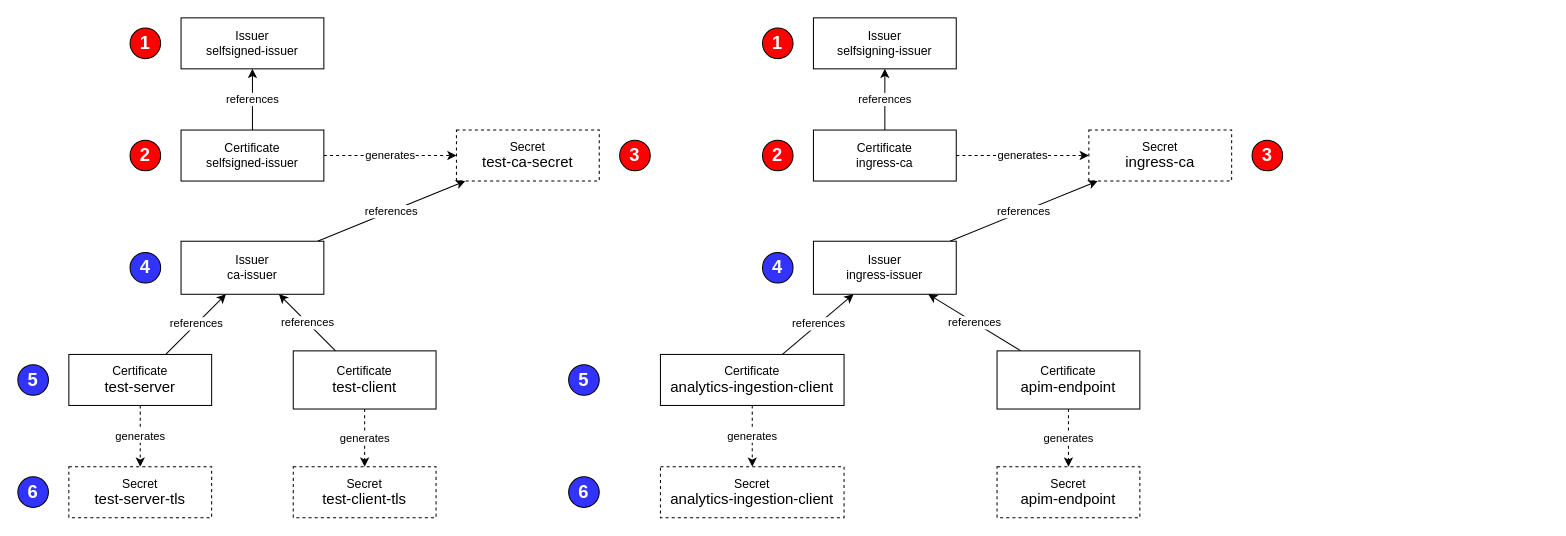
Earlier version of the draw.io diagram page "TLS" (6 of 16) of doc/design.drawio (ADesprets/cp4i-install). Source tidied: cells renumbered, new cells numbered last; positions are measured from the earlier drawing's top-left corner, leaving out a move shared by most shapes. Both pictures are drawn from the tidied source at 102%, with x=0, y=0 at pixel (17, 17).
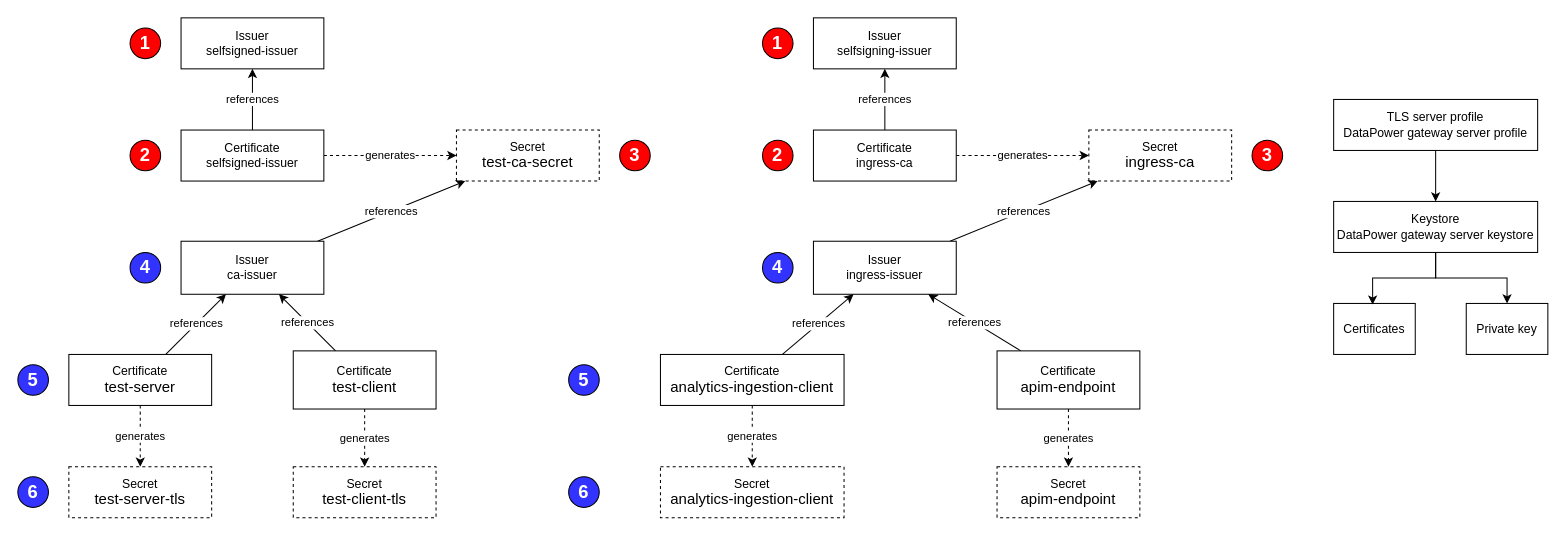
After the change.

Commit message (it also covers changes not shown here):
adding certificate to DataPower

What changed in the source:
```diff
@@
+    <mxCell id="44" style="edgeStyle=orthogonalEdgeStyle;rounded=0;jettySize=auto;html=1;entryX=0.5;entryY=0;entryDx=0;entryDy=0;" parent="1" edge="1" source="45" target="47">
+      <mxGeometry relative="1" as="geometry" />
+    </mxCell>
+    <mxCell id="45" value="&lt;div style=&quot;&quot;&gt;TLS server profile&lt;/div&gt;&lt;div style=&quot;&quot;&gt;DataPower gateway server profile&lt;/div&gt;" style="rounded=0;whiteSpace=wrap;html=1;" parent="1" vertex="1">
+      <mxGeometry x="1290" y="80" width="200" height="50" as="geometry" />
+    </mxCell>
+    <mxCell id="46" style="edgeStyle=orthogonalEdgeStyle;rounded=0;jettySize=auto;html=1;entryX=0.5;entryY=0;entryDx=0;entryDy=0;" parent="1" edge="1" source="47" target="49">
+      <mxGeometry relative="1" as="geometry" />
+    </mxCell>
+    <mxCell id="47" value="&lt;div style=&quot;&quot;&gt;Keystore&lt;/div&gt;&lt;div style=&quot;&quot;&gt;&lt;span style=&quot;background-color: transparent; color: light-dark(rgb(0, 0, 0), rgb(255, 255, 255));&quot;&gt;DataPower gateway&lt;/span&gt;&lt;span style=&quot;background-color: transparent; color: light-dark(rgb(0, 0, 0), rgb(255, 255, 255));&quot;&gt;&amp;nbsp;&lt;/span&gt;server keystore&lt;/div&gt;" style="rounded=0;whiteSpace=wrap;html=1;" parent="1" vertex="1">
+      <mxGeometry x="1290" y="180" width="200" height="50" as="geometry" />
+    </mxCell>
+    <mxCell id="48" value="&lt;div style=&quot;&quot;&gt;Certificates&lt;/div&gt;" style="rounded=0;whiteSpace=wrap;html=1;" parent="1" vertex="1">
+      <mxGeometry x="1290" y="280" width="80" height="50" as="geometry" />
+    </mxCell>
+    <mxCell id="49" value="Private key" style="rounded=0;whiteSpace=wrap;html=1;" parent="1" vertex="1">
+      <mxGeometry x="1420" y="280" width="80" height="50" as="geometry" />
+    </mxCell>
+    <mxCell id="50" style="edgeStyle=orthogonalEdgeStyle;rounded=0;jettySize=auto;html=1;entryX=0.478;entryY=0.023;entryDx=0;entryDy=0;entryPerimeter=0;" parent="1" edge="1" source="47" target="48">
+      <mxGeometry relative="1" as="geometry" />
+    </mxCell>
```
